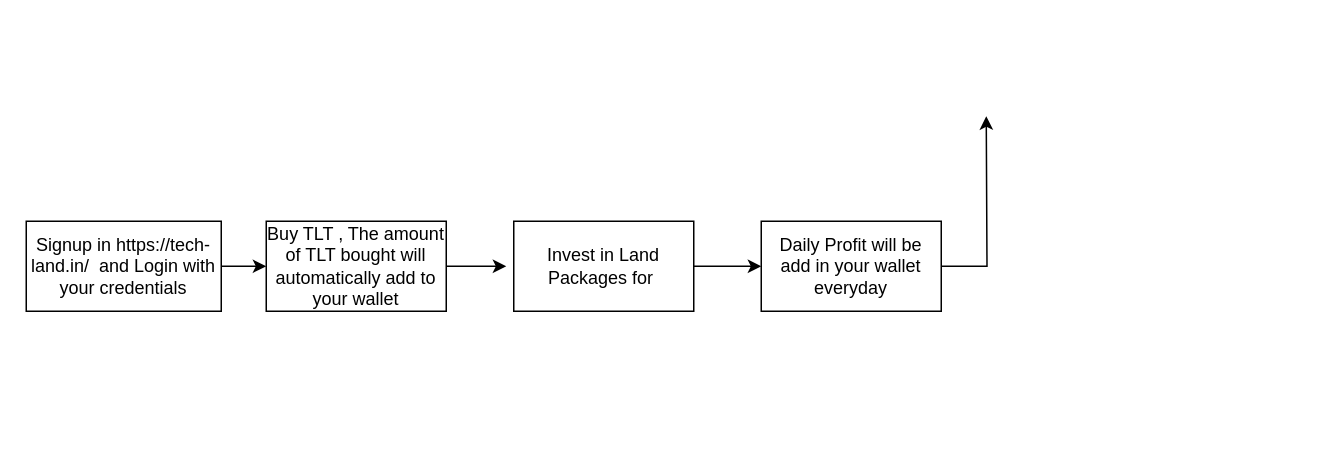
This is InvestInTecLand.drawio from JugalBoro/KT_System_Design, a draw.io file, before an edit. Source tidied: cells renumbered, new cells numbered last; positions are measured from the earlier drawing's top-left corner, leaving out a move shared by most shapes. Both pictures are drawn from the tidied source at 150%, with x=0, y=0 at pixel (26, 116).
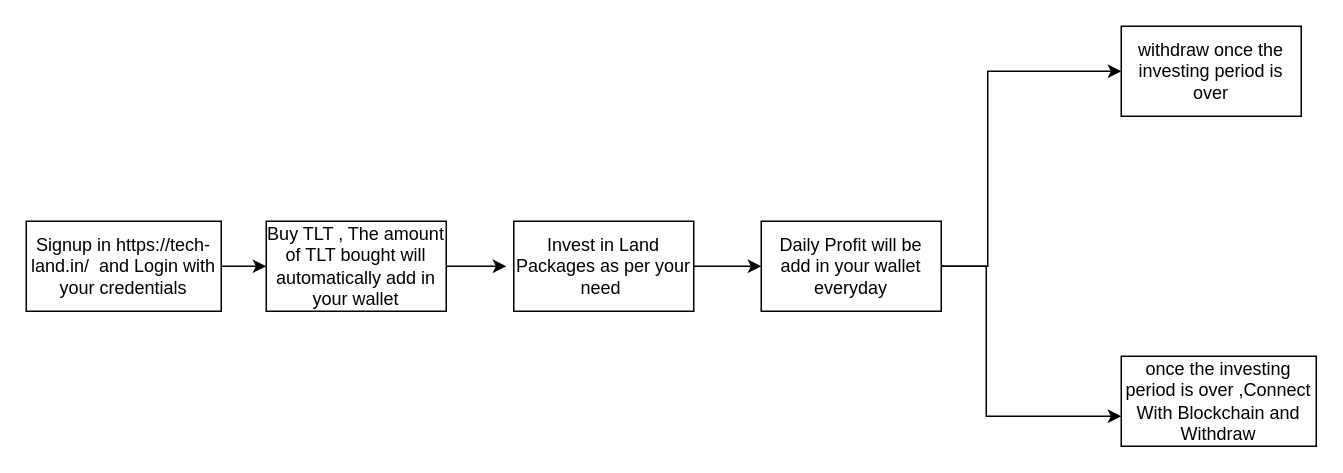
The same page after the edit.

The edit, as a diff of the source:
```diff
@@
 <mxGraphModel>
   <root>
     <mxCell id="0" />
     <mxCell id="1" parent="0" />
     <mxCell id="2" style="edgeStyle=orthogonalEdgeStyle;rounded=0;jettySize=auto;html=1;exitX=1;exitY=0.5;exitDx=0;exitDy=0;" parent="1" edge="1" source="3">
       <mxGeometry relative="1" as="geometry">
         <mxPoint x="160" y="100" as="targetPoint" />
       </mxGeometry>
     </mxCell>
     <mxCell id="3" value="Signup in&amp;nbsp;https://tech-land.in/&amp;nbsp; and Login with your credentials" style="rounded=0;whiteSpace=wrap;html=1;" parent="1" vertex="1">
       <mxGeometry y="70" width="130" height="60" as="geometry" />
     </mxCell>
     <mxCell id="4" style="edgeStyle=orthogonalEdgeStyle;rounded=0;jettySize=auto;html=1;exitX=1;exitY=0.5;exitDx=0;exitDy=0;" parent="1" edge="1" source="5">
       <mxGeometry relative="1" as="geometry">
         <mxPoint x="320" y="100" as="targetPoint" />
       </mxGeometry>
     </mxCell>
-    <mxCell id="5" value="Buy TLT , The amount of TLT bought will automatically add to your wallet" style="rounded=0;whiteSpace=wrap;html=1;" parent="1" vertex="1">
+    <mxCell id="5" value="Buy TLT , The amount of TLT bought will automatically add in your wallet" style="rounded=0;whiteSpace=wrap;html=1;" parent="1" vertex="1">
       <mxGeometry x="160" y="70" width="120" height="60" as="geometry" />
     </mxCell>
     <mxCell id="6" style="edgeStyle=orthogonalEdgeStyle;rounded=0;jettySize=auto;html=1;exitX=1;exitY=0.5;exitDx=0;exitDy=0;" parent="1" edge="1" source="7">
       <mxGeometry relative="1" as="geometry">
         <mxPoint x="490" y="100" as="targetPoint" />
       </mxGeometry>
     </mxCell>
-    <mxCell id="7" value="Invest in Land Packages for&amp;nbsp;" style="rounded=0;whiteSpace=wrap;html=1;" parent="1" vertex="1">
+    <mxCell id="7" value="Invest in Land Packages as per your need&amp;nbsp;" style="rounded=0;whiteSpace=wrap;html=1;" parent="1" vertex="1">
       <mxGeometry x="325" y="70" width="120" height="60" as="geometry" />
     </mxCell>
+    <mxCell id="10" style="edgeStyle=orthogonalEdgeStyle;rounded=0;jettySize=auto;html=1;" parent="1" edge="1" source="9">
+      <mxGeometry relative="1" as="geometry">
+        <mxPoint x="730" y="200" as="targetPoint" />
+        <Array as="points">
+          <mxPoint x="640" y="100" />
+        </Array>
+      </mxGeometry>
+    </mxCell>
+    <mxCell id="9" value="Daily Profit will be add in your wallet everyday" style="rounded=0;whiteSpace=wrap;html=1;" parent="1" vertex="1">
+      <mxGeometry x="490" y="70" width="120" height="60" as="geometry" />
+    </mxCell>
     <mxCell id="8" style="edgeStyle=orthogonalEdgeStyle;rounded=0;jettySize=auto;html=1;exitX=1;exitY=0.5;exitDx=0;exitDy=0;" parent="1" edge="1" source="9">
       <mxGeometry relative="1" as="geometry">
-        <mxPoint x="640" as="targetPoint" />
+        <mxPoint x="730" y="-30" as="targetPoint" />
+        <Array as="points">
+          <mxPoint x="641" y="100" />
+        </Array>
       </mxGeometry>
     </mxCell>
-    <mxCell id="9" value="Daily Profit will be add in your wallet everyday" style="rounded=0;whiteSpace=wrap;html=1;" parent="1" vertex="1">
-      <mxGeometry x="490" y="70" width="120" height="60" as="geometry" />
-    </mxCell>
+    <mxCell id="11" value="withdraw once the investing period is over" style="rounded=0;whiteSpace=wrap;html=1;" parent="1" vertex="1">
+      <mxGeometry x="730" y="-60" width="120" height="60" as="geometry" />
+    </mxCell>
+    <mxCell id="12" value="once the investing period is over ,Connect With Blockchain and Withdraw" style="rounded=0;whiteSpace=wrap;html=1;" parent="1" vertex="1">
+      <mxGeometry x="730" y="160" width="130" height="60" as="geometry" />
+    </mxCell>
   </root>
 </mxGraphModel>
```
